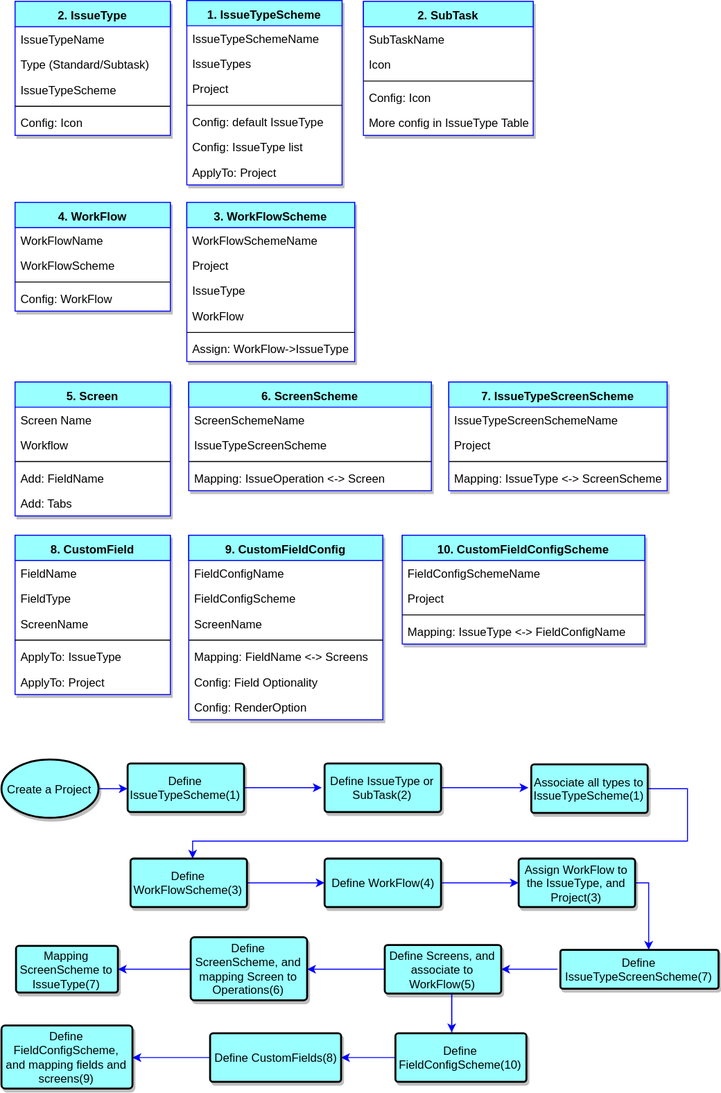
Above: JiraWorkFlowConfigDiagram(2017.11.14).svg in havenqi/Draw.io (draw.io), before the change. Source tidied: cells renumbered, new cells last; positions are measured from the earlier drawing's top-left corner, leaving out a move shared by most shapes.
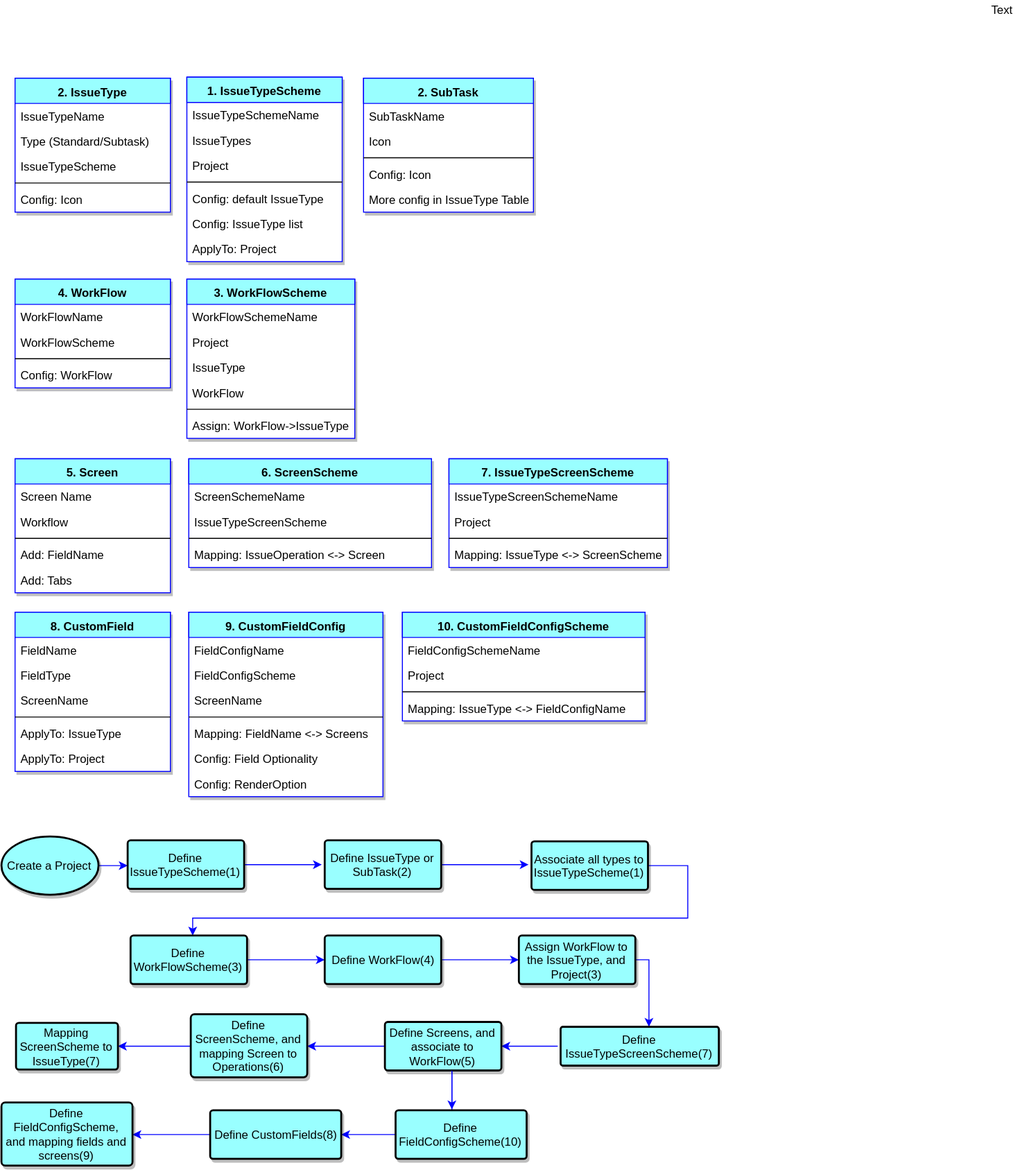
After the commit.

The edit, as a diff of the source:
```diff
@@ -323,5 +323,8 @@
         </Array>
       </mxGeometry>
     </mxCell>
+    <mxCell id="98" value="Text" style="text;html=1;align=left;verticalAlign=top;spacingTop=-4;" parent="1" vertex="1">
+      <mxGeometry x="1018" y="-79" width="40" height="20" as="geometry" />
+    </mxCell>
   </root>
 </mxGraphModel>
```
